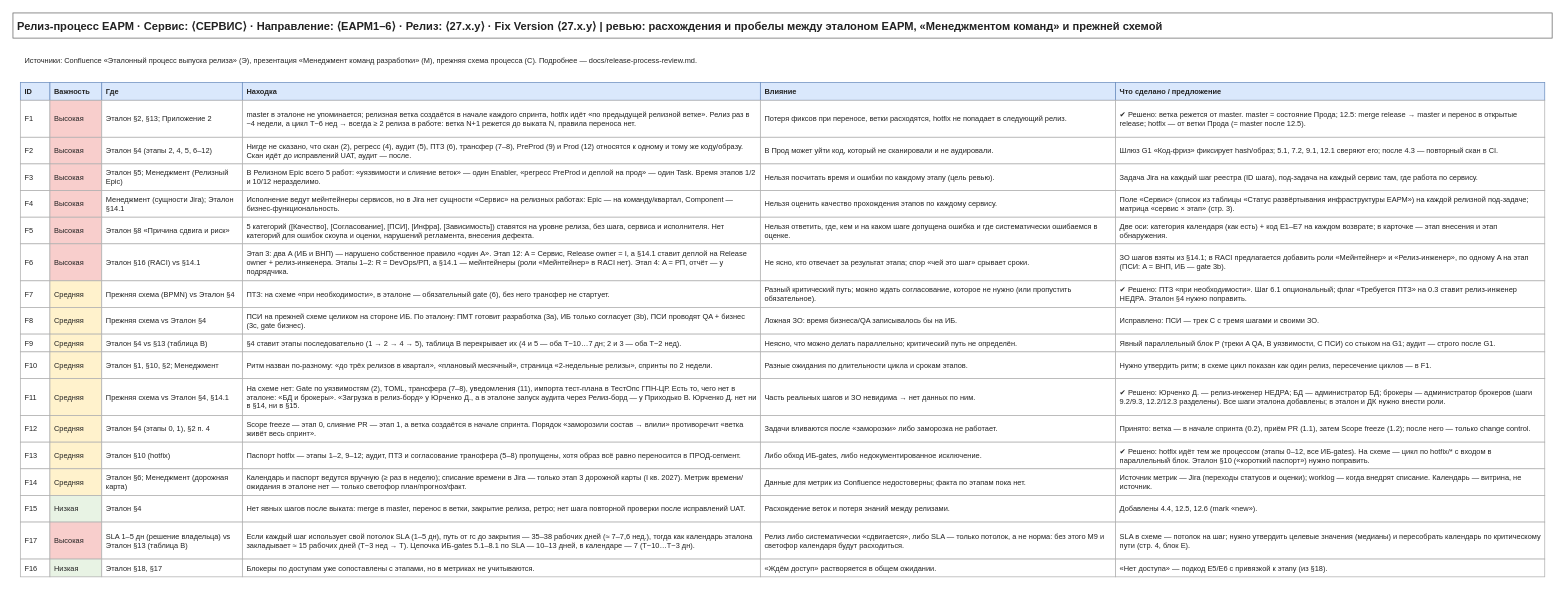
Earlier version of the draw.io diagram page "5. Ревью процессов" (5 of 5) of docs/drawio/10-release-process.drawio (KMNV777/main_arsen). Source tidied: cells renumbered, new cells numbered last; positions are measured from the earlier drawing's top-left corner, leaving out a move shared by most shapes. Both pictures are drawn from the tidied source at 74%, with x=0, y=0 at pixel (13, 13).
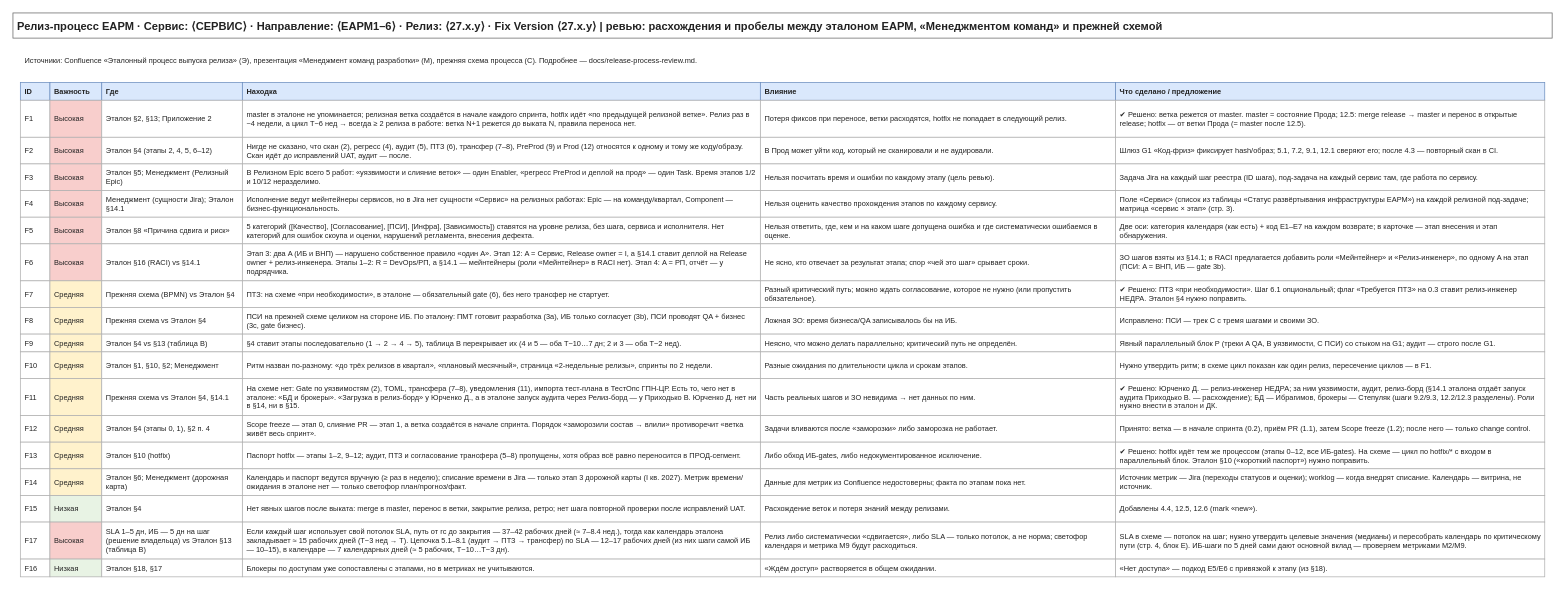
After the change.

What changed in the source:
```diff
@@
-    <mxCell id="75" value="✔ Решено: Юрченко Д. — релиз-инженер НЕДРА; БД — администратор БД; брокеры — администратор брокеров (шаги 9.2/9.3, 12.2/12.3 разделены). Все шаги эталона добавлены; в эталон и ДК нужно внести роли." style="rounded=0;whiteSpace=wrap;html=1;fillColor=#FFFFFF;strokeColor=#B0B0B0;strokeWidth=1;fontSize=10;fontColor=#222222;align=left;verticalAlign=middle;spacingLeft=4;spacingRight=4;spacingTop=2;spacingBottom=2;" parent="1" vertex="1">
+    <mxCell id="75" value="✔ Решено: Юрченко Д. — релиз-инженер НЕДРА; за ним уязвимости, аудит, релиз-борд (§14.1 эталона отдаёт запуск аудита Приходько В. — расхождение); БД — Ибрагимов, брокеры — Степуляк (шаги 9.2/9.3, 12.2/12.3 разделены). Роли нужно внести в эталон и ДК." style="rounded=0;whiteSpace=wrap;html=1;fillColor=#FFFFFF;strokeColor=#B0B0B0;strokeWidth=1;fontSize=10;fontColor=#222222;align=left;verticalAlign=middle;spacingLeft=4;spacingRight=4;spacingTop=2;spacingBottom=2;" parent="1" vertex="1">
       <mxGeometry x="1490" y="494" width="580" height="50" as="geometry" />
     </mxCell>
@@
-    <mxCell id="102" value="SLA 1–5 дн (решение владельца) vs Эталон §13 (таблица B)" style="rounded=0;whiteSpace=wrap;html=1;fillColor=#FFFFFF;strokeColor=#B0B0B0;strokeWidth=1;fontSize=10;fontColor=#222222;align=left;verticalAlign=middle;spacingLeft=4;spacingRight=4;spacingTop=2;spacingBottom=2;" parent="1" vertex="1">
+    <mxCell id="102" value="SLA 1–5 дн, ИБ — 5 дн на шаг (решение владельца) vs Эталон §13 (таблица B)" style="rounded=0;whiteSpace=wrap;html=1;fillColor=#FFFFFF;strokeColor=#B0B0B0;strokeWidth=1;fontSize=10;fontColor=#222222;align=left;verticalAlign=middle;spacingLeft=4;spacingRight=4;spacingTop=2;spacingBottom=2;" parent="1" vertex="1">
       <mxGeometry x="120" y="688" width="190" height="50" as="geometry" />
     </mxCell>
-    <mxCell id="103" value="Если каждый шаг использует свой потолок SLA (1–5 дн), путь от rc до закрытия — 35–38 рабочих дней (≈ 7–7,6 нед.), тогда как календарь эталона закладывает ≈ 15 рабочих дней (T−3 нед → T). Цепочка ИБ-gates 5.1–8.1 по SLA — 10–13 дней, в календаре — 7 (T−10…T−3 дн)." style="rounded=0;whiteSpace=wrap;html=1;fillColor=#FFFFFF;strokeColor=#B0B0B0;strokeWidth=1;fontSize=10;fontColor=#222222;align=left;verticalAlign=middle;spacingLeft=4;spacingRight=4;spacingTop=2;spacingBottom=2;" parent="1" vertex="1">
+    <mxCell id="103" value="Если каждый шаг использует свой потолок SLA, путь от rc до закрытия — 37–42 рабочих дней (≈ 7–8.4 нед.), тогда как календарь эталона закладывает ≈ 15 рабочих дней (T−3 нед → T). Цепочка 5.1–8.1 (аудит → ПТЗ → трансфер) по SLA — 12–17 рабочих дней (из них шаги самой ИБ — 10–15), в календаре — 7 календарных дней (≈ 5 рабочих, T−10…T−3 дн)." style="rounded=0;whiteSpace=wrap;html=1;fillColor=#FFFFFF;strokeColor=#B0B0B0;strokeWidth=1;fontSize=10;fontColor=#222222;align=left;verticalAlign=middle;spacingLeft=4;spacingRight=4;spacingTop=2;spacingBottom=2;" parent="1" vertex="1">
       <mxGeometry x="310" y="688" width="700" height="50" as="geometry" />
     </mxCell>
-    <mxCell id="104" value="Релиз либо систематически «сдвигается», либо SLA — только потолок, а не норма: без этого M9 и светофор календаря будут расходиться." style="rounded=0;whiteSpace=wrap;html=1;fillColor=#FFFFFF;strokeColor=#B0B0B0;strokeWidth=1;fontSize=10;fontColor=#222222;align=left;verticalAlign=middle;spacingLeft=4;spacingRight=4;spacingTop=2;spacingBottom=2;" parent="1" vertex="1">
+    <mxCell id="104" value="Релиз либо систематически «сдвигается», либо SLA — только потолок, а не норма; светофор календаря и метрика M9 будут расходиться." style="rounded=0;whiteSpace=wrap;html=1;fillColor=#FFFFFF;strokeColor=#B0B0B0;strokeWidth=1;fontSize=10;fontColor=#222222;align=left;verticalAlign=middle;spacingLeft=4;spacingRight=4;spacingTop=2;spacingBottom=2;" parent="1" vertex="1">
       <mxGeometry x="1010" y="688" width="480" height="50" as="geometry" />
     </mxCell>
-    <mxCell id="105" value="SLA в схеме — потолок на шаг; нужно утвердить целевые значения (медианы) и пересобрать календарь по критическому пути (стр. 4, блок E)." style="rounded=0;whiteSpace=wrap;html=1;fillColor=#FFFFFF;strokeColor=#B0B0B0;strokeWidth=1;fontSize=10;fontColor=#222222;align=left;verticalAlign=middle;spacingLeft=4;spacingRight=4;spacingTop=2;spacingBottom=2;" parent="1" vertex="1">
+    <mxCell id="105" value="SLA в схеме — потолок на шаг; нужно утвердить целевые значения (медианы) и пересобрать календарь по критическому пути (стр. 4, блок E). ИБ-шаги по 5 дней сами дают основной вклад — проверяем метриками M2/M9." style="rounded=0;whiteSpace=wrap;html=1;fillColor=#FFFFFF;strokeColor=#B0B0B0;strokeWidth=1;fontSize=10;fontColor=#222222;align=left;verticalAlign=middle;spacingLeft=4;spacingRight=4;spacingTop=2;spacingBottom=2;" parent="1" vertex="1">
       <mxGeometry x="1490" y="688" width="580" height="50" as="geometry" />
     </mxCell>
```
